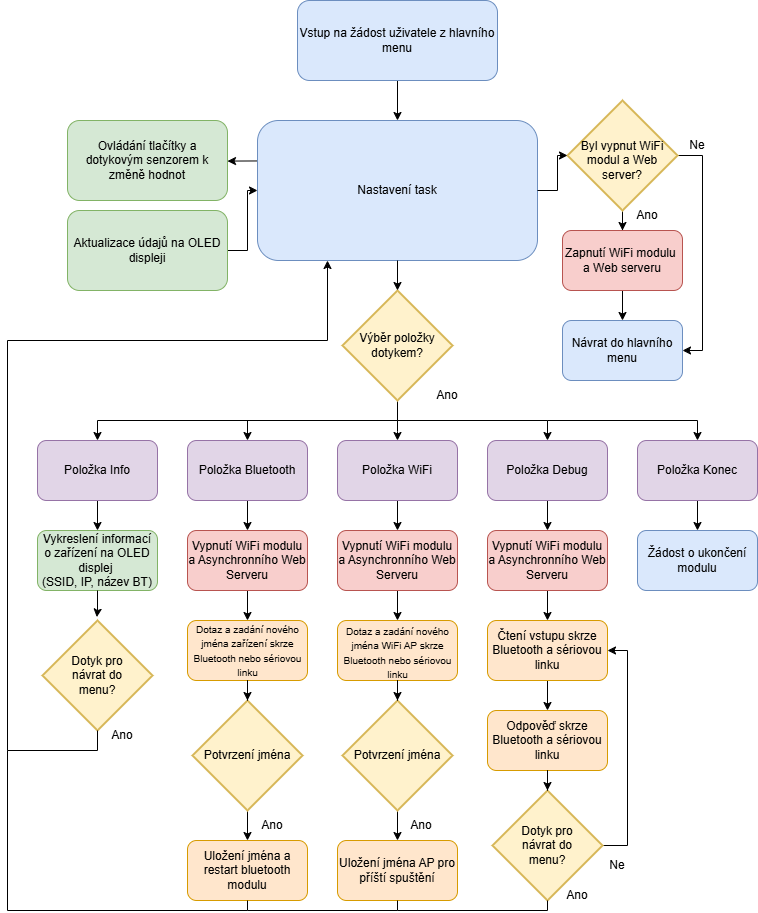
Above: settings_diagram.png in LosKukos/ESP32-Demonstration-Firmware (draw.io), before the change. Source tidied: cells renumbered, new cells last; positions are measured from the earlier drawing's top-left corner, leaving out a move shared by most shapes.
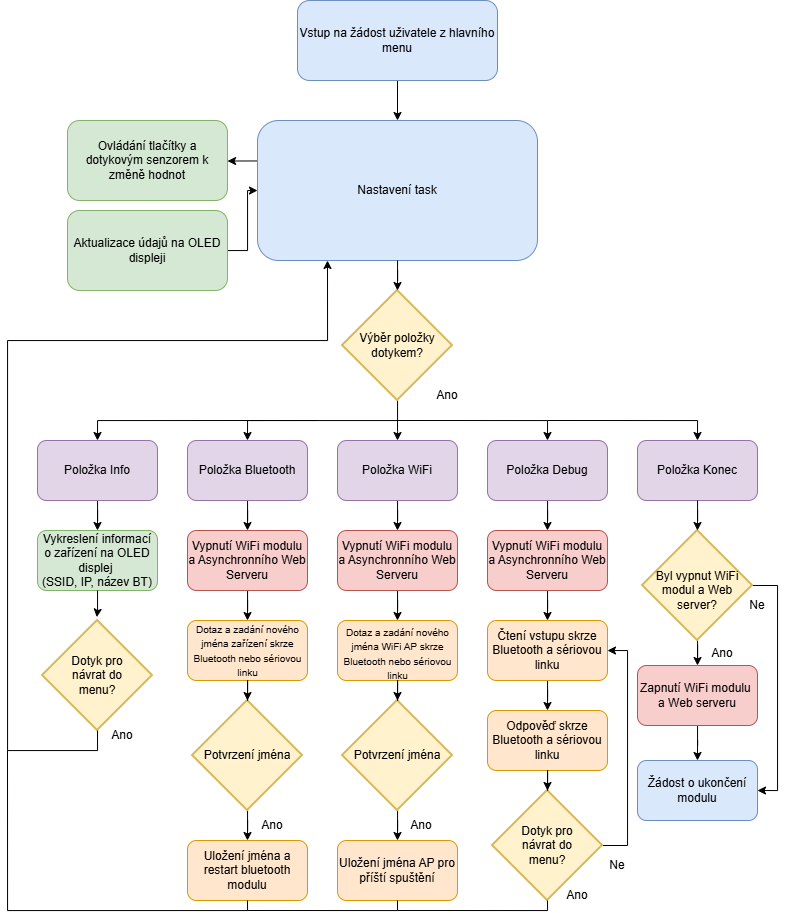
The same diagram one commit later.

Change to the diagram source:
```diff
@@ -82,9 +82,6 @@
     <mxCell id="24" value="Vykreslení informací o zařízení na OLED displej&amp;nbsp;&lt;div&gt;(SSID, IP, název BT)&lt;/div&gt;" style="rounded=1;whiteSpace=wrap;html=1;fillColor=#d5e8d4;strokeColor=#82b366;" parent="1" vertex="1">
       <mxGeometry x="30" y="530" width="120" height="60" as="geometry" />
     </mxCell>
-    <mxCell id="25" style="edgeStyle=orthogonalEdgeStyle;rounded=0;jettySize=auto;html=1;entryX=0.5;entryY=0;entryDx=0;entryDy=0;" parent="1" edge="1" source="26" target="74">
-      <mxGeometry relative="1" as="geometry" />
-    </mxCell>
     <mxCell id="26" value="Položka Konec" style="rounded=1;whiteSpace=wrap;html=1;fillColor=#e1d5e7;strokeColor=#9673a6;" parent="1" vertex="1">
       <mxGeometry x="630" y="440" width="120" height="60" as="geometry" />
     </mxCell>
@@ -153,34 +150,31 @@
     <mxCell id="47" style="edgeStyle=orthogonalEdgeStyle;rounded=0;jettySize=auto;html=1;entryX=1;entryY=0.5;entryDx=0;entryDy=0;" parent="1" edge="1" source="48" target="55">
       <mxGeometry relative="1" as="geometry">
         <Array as="points">
-          <mxPoint x="695" y="155" />
-          <mxPoint x="695" y="350" />
+          <mxPoint x="770" y="585" />
+          <mxPoint x="770" y="790" />
         </Array>
       </mxGeometry>
     </mxCell>
     <mxCell id="48" style="strokeWidth=2;html=1;shape=mxgraph.flowchart.decision;whiteSpace=wrap;fillColor=#fff2cc;strokeColor=#d6b656;" parent="1" vertex="1">
-      <mxGeometry x="560" y="100" width="110" height="110" as="geometry" />
+      <mxGeometry x="635" y="530" width="110" height="110" as="geometry" />
     </mxCell>
-    <mxCell id="49" style="edgeStyle=orthogonalEdgeStyle;rounded=0;jettySize=auto;html=1;entryX=0;entryY=0.5;entryDx=0;entryDy=0;entryPerimeter=0;" parent="1" edge="1" source="3" target="48">
-      <mxGeometry relative="1" as="geometry" />
-    </mxCell>
     <mxCell id="50" value="Byl vypnut WiFi modul a Web server?" style="text;html=1;whiteSpace=wrap;strokeColor=none;fillColor=none;align=center;verticalAlign=middle;rounded=0;" parent="1" vertex="1">
-      <mxGeometry x="560" y="130" width="110" height="60" as="geometry" />
+      <mxGeometry x="635" y="560" width="110" height="60" as="geometry" />
     </mxCell>
     <mxCell id="51" value="Ano" style="text;html=1;whiteSpace=wrap;strokeColor=none;fillColor=none;align=center;verticalAlign=middle;rounded=0;" parent="1" vertex="1">
-      <mxGeometry x="610" y="200" width="60" height="30" as="geometry" />
+      <mxGeometry x="685" y="637.5" width="60" height="30" as="geometry" />
     </mxCell>
     <mxCell id="52" value="Ne" style="text;html=1;whiteSpace=wrap;strokeColor=none;fillColor=none;align=center;verticalAlign=middle;rounded=0;" parent="1" vertex="1">
-      <mxGeometry x="660" y="130" width="60" height="30" as="geometry" />
+      <mxGeometry x="720" y="590" width="60" height="30" as="geometry" />
     </mxCell>
     <mxCell id="53" style="edgeStyle=orthogonalEdgeStyle;rounded=0;jettySize=auto;html=1;entryX=0.5;entryY=0;entryDx=0;entryDy=0;" parent="1" edge="1" source="54" target="55">
       <mxGeometry relative="1" as="geometry" />
     </mxCell>
     <mxCell id="54" value="Zapnutí WiFi modulu&amp;nbsp; a Web serveru" style="rounded=1;whiteSpace=wrap;html=1;fillColor=#f8cecc;strokeColor=#b85450;" parent="1" vertex="1">
-      <mxGeometry x="555" y="230" width="120" height="60" as="geometry" />
+      <mxGeometry x="630" y="665" width="120" height="60" as="geometry" />
     </mxCell>
-    <mxCell id="55" value="Návrat do hlavního menu" style="rounded=1;whiteSpace=wrap;html=1;fillColor=#dae8fc;strokeColor=#6c8ebf;" parent="1" vertex="1">
-      <mxGeometry x="555" y="320" width="120" height="60" as="geometry" />
+    <mxCell id="55" value="Žádost o ukončení modulu" style="rounded=1;whiteSpace=wrap;html=1;fillColor=#dae8fc;strokeColor=#6c8ebf;" parent="1" vertex="1">
+      <mxGeometry x="630" y="760" width="120" height="60" as="geometry" />
     </mxCell>
     <mxCell id="56" style="strokeWidth=2;html=1;shape=mxgraph.flowchart.decision;whiteSpace=wrap;fillColor=#fff2cc;strokeColor=#d6b656;" parent="1" vertex="1">
       <mxGeometry x="35" y="620" width="110" height="110" as="geometry" />
@@ -263,11 +257,11 @@
     <mxCell id="73" value="Ne" style="text;html=1;whiteSpace=wrap;strokeColor=none;fillColor=none;align=center;verticalAlign=middle;rounded=0;" parent="1" vertex="1">
       <mxGeometry x="580" y="850" width="60" height="30" as="geometry" />
     </mxCell>
-    <mxCell id="74" value="Žádost o ukončení modulu" style="rounded=1;whiteSpace=wrap;html=1;fillColor=#dae8fc;strokeColor=#6c8ebf;" parent="1" vertex="1">
-      <mxGeometry x="630" y="530" width="120" height="60" as="geometry" />
-    </mxCell>
     <mxCell id="75" value="Ano" style="text;html=1;whiteSpace=wrap;strokeColor=none;fillColor=none;align=center;verticalAlign=middle;rounded=0;" parent="1" vertex="1">
       <mxGeometry x="85" y="720" width="60" height="30" as="geometry" />
     </mxCell>
+    <mxCell id="76" style="edgeStyle=orthogonalEdgeStyle;rounded=0;jettySize=auto;html=1;entryX=0.5;entryY=0;entryDx=0;entryDy=0;entryPerimeter=0;" parent="1" edge="1" source="26" target="48">
+      <mxGeometry relative="1" as="geometry" />
+    </mxCell>
   </root>
 </mxGraphModel>
```
